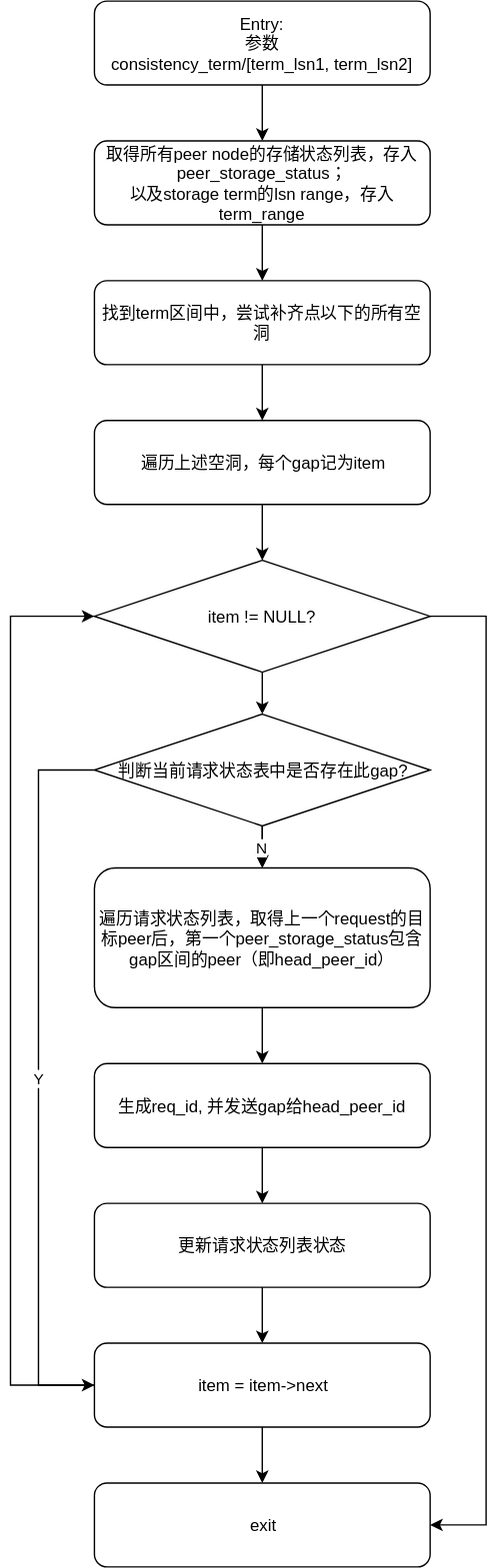
Above: attachments/1629686639906.drawio.svg in simbahebinbo/smallfat.github.io (draw.io), before the change. Source tidied: cells renumbered, new cells last; positions are measured from the earlier drawing's top-left corner, leaving out a move shared by most shapes.
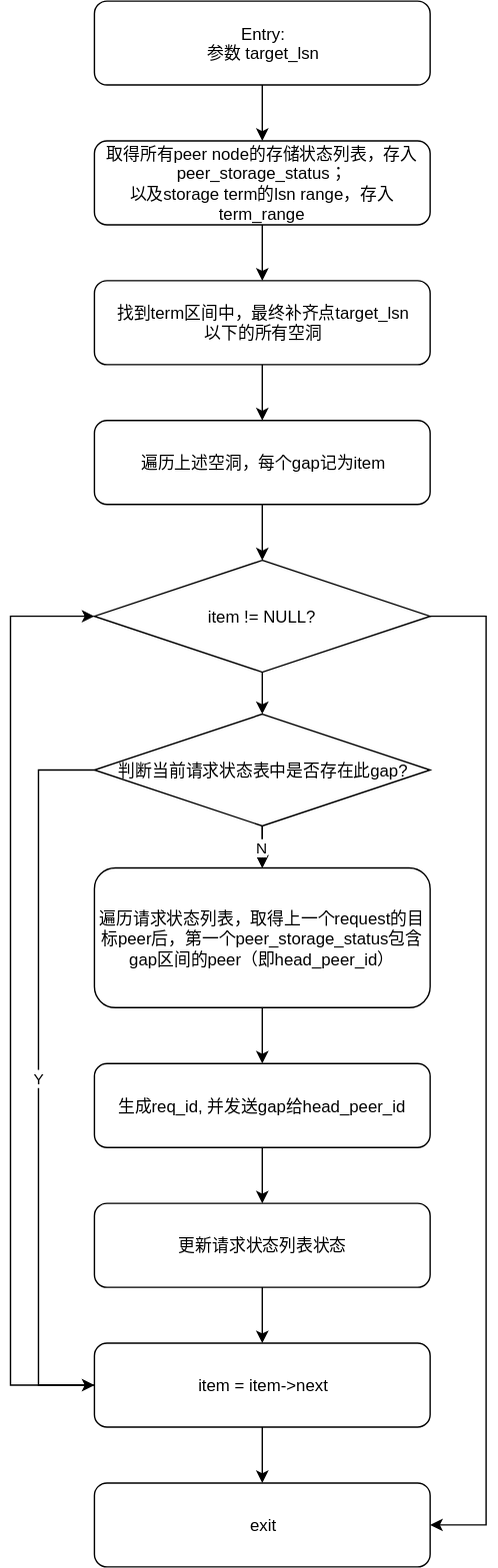
Later version of the same file.

Commit message:
添加附件 : attachments/1629686639906.drawio.svg

What changed in the source:
```diff
@@ -75,10 +75,10 @@
     <mxCell id="20" style="edgeStyle=orthogonalEdgeStyle;rounded=0;jettySize=auto;html=1;" parent="1" edge="1" source="21" target="3">
       <mxGeometry relative="1" as="geometry" />
     </mxCell>
-    <mxCell id="21" value="Entry: &lt;br&gt;参数 &lt;br&gt;consistency_term/[term_lsn1, term_lsn2]" style="rounded=1;whiteSpace=wrap;html=1;" parent="1" vertex="1">
+    <mxCell id="21" value="Entry: &lt;br&gt;参数 target_lsn" style="rounded=1;whiteSpace=wrap;html=1;" parent="1" vertex="1">
       <mxGeometry x="60" width="240" height="60" as="geometry" />
     </mxCell>
-    <mxCell id="22" style="edgeStyle=orthogonalEdgeStyle;rounded=0;jettySize=auto;html=1;" parent="1" edge="1" target="x">
+    <mxCell id="22" style="edgeStyle=orthogonalEdgeStyle;rounded=0;orthogonalLoop=1;jettySize=auto;html=1;" parent="1" edge="1">
       <mxGeometry relative="1" as="geometry">
         <mxPoint x="300" y="120" as="sourcePoint" />
       </mxGeometry>
@@ -86,7 +86,7 @@
     <mxCell id="23" style="edgeStyle=orthogonalEdgeStyle;rounded=0;jettySize=auto;html=1;" parent="1" edge="1" source="24" target="5">
       <mxGeometry relative="1" as="geometry" />
     </mxCell>
-    <mxCell id="24" value="找到term区间中，尝试补齐点以下的所有空洞" style="rounded=1;whiteSpace=wrap;html=1;" parent="1" vertex="1">
+    <mxCell id="24" value="找到term区间中，最终补齐点target_lsn&lt;br&gt;以下的所有空洞" style="rounded=1;whiteSpace=wrap;html=1;" parent="1" vertex="1">
       <mxGeometry x="60" y="200" width="240" height="60" as="geometry" />
     </mxCell>
     <mxCell id="25" value="Y" style="edgeStyle=orthogonalEdgeStyle;rounded=0;jettySize=auto;html=1;exitX=0;exitY=0.5;exitDx=0;exitDy=0;entryX=0;entryY=0.5;entryDx=0;entryDy=0;" parent="1" edge="1" source="27" target="12">
```
